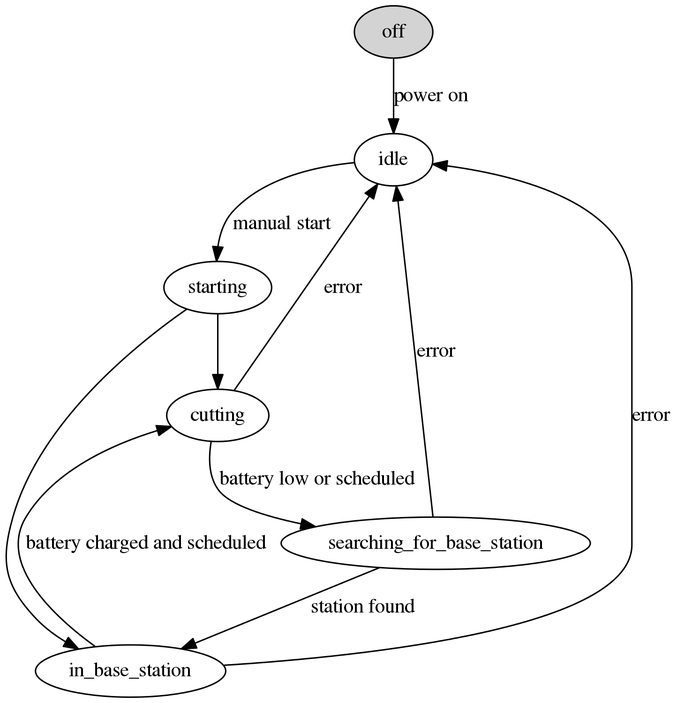
Above: doc/robot_state_machine.png in eerimoq/romeo (Graphviz), before the change. Its source is kept beside it as doc/robot_state_machine.dot.
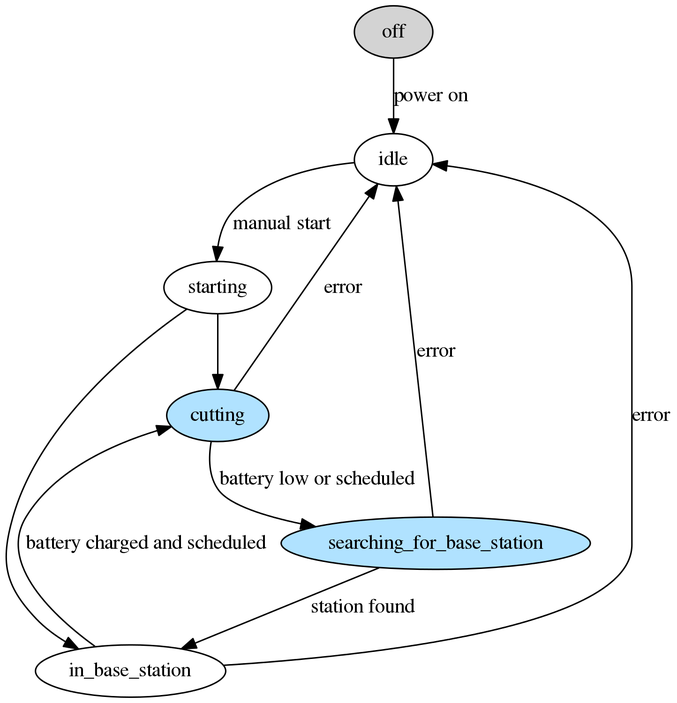
After the commit.

Commit message:
fill color in robot state diagram

Diff of the diagram source:
```diff
@@ -1,13 +1,21 @@
 digraph robot_state_diagram {
   off [style=filled];
+
   off -> idle [label="power on"];
+
   idle -> starting [label="manual start"];
+
   starting -> cutting;
   starting -> in_base_station;
+
+  cutting [style=filled, fillcolor=lightskyblue1];
   cutting -> idle [label="error"];
   cutting -> searching_for_base_station [label="battery low or scheduled"];
+
+  searching_for_base_station [style=filled, fillcolor=lightskyblue1];
   searching_for_base_station -> in_base_station [label="station found"];
   searching_for_base_station -> idle [label="error"];
+
   in_base_station -> cutting [label="battery charged and scheduled"];
   in_base_station -> idle [label="error"];
 }
```
